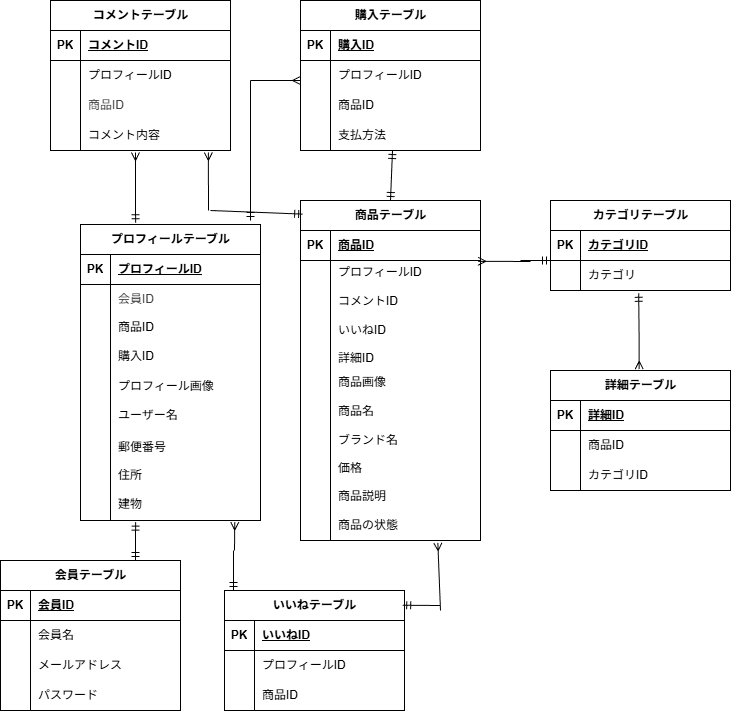
Before: market.drawio.png, a diagram exported from draw.io (mayu-ya/flea-market). Source tidied: cells renumbered, new cells last; positions are measured from the earlier drawing's top-left corner, leaving out a move shared by most shapes.
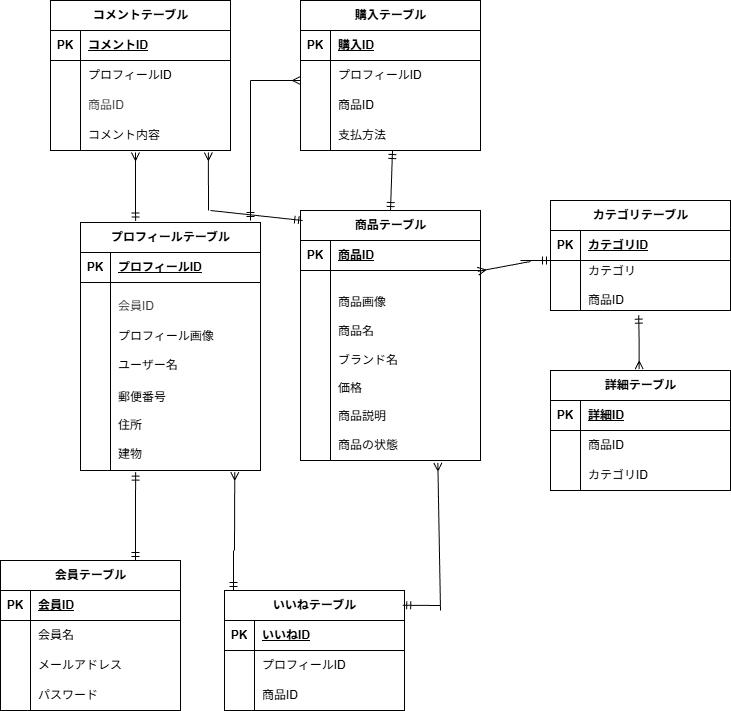
After the commit.

Diff of the diagram source:
```diff
@@ -120,7 +120,7 @@
       <mxGeometry x="30" width="150" height="30" as="geometry" />
     </mxCell>
     <mxCell id="41" value="カテゴリテーブル" style="shape=table;startSize=30;rowLines=0;fontStyle=1;align=center;html=1;" parent="1" vertex="1">
-      <mxGeometry x="550" y="200" width="180" height="90" as="geometry" />
+      <mxGeometry x="550" y="200" width="180" height="110" as="geometry" />
     </mxCell>
     <mxCell id="42" style="shape=tableRow;horizontal=0;startSize=0;swimlaneHead=0;swimlaneBody=0;fillColor=none;top=0;left=0;right=0;bottom=1;" parent="41" vertex="1">
       <mxGeometry y="30" width="180" height="30" as="geometry" />
@@ -132,13 +132,13 @@
       <mxGeometry x="30" width="150" height="30" as="geometry" />
     </mxCell>
     <mxCell id="45" style="shape=tableRow;horizontal=0;startSize=0;swimlaneHead=0;swimlaneBody=0;fillColor=none;points=[[0,0.5],[1,0.5]];portConstraint=eastwest;top=0;left=0;right=0;bottom=0;" parent="41" vertex="1">
-      <mxGeometry y="60" width="180" height="30" as="geometry" />
+      <mxGeometry y="60" width="180" height="50" as="geometry" />
     </mxCell>
     <mxCell id="46" style="shape=partialRectangle;fillColor=none;top=0;left=0;bottom=0;right=0;overflow=hidden;whiteSpace=wrap;html=1;" parent="45" vertex="1">
-      <mxGeometry width="30" height="30" as="geometry" />
+      <mxGeometry width="30" height="50" as="geometry" />
     </mxCell>
-    <mxCell id="47" value="カテゴリ" style="shape=partialRectangle;fillColor=none;top=0;left=0;bottom=0;right=0;align=left;spacingLeft=6;overflow=hidden;whiteSpace=wrap;html=1;" parent="45" vertex="1">
-      <mxGeometry x="30" width="150" height="30" as="geometry" />
+    <mxCell id="47" value="カテゴリ&lt;div&gt;&lt;br&gt;&lt;/div&gt;&lt;div&gt;商品ID&lt;/div&gt;" style="shape=partialRectangle;fillColor=none;top=0;left=0;bottom=0;right=0;align=left;spacingLeft=6;overflow=hidden;whiteSpace=wrap;html=1;" parent="45" vertex="1">
+      <mxGeometry x="30" width="150" height="50" as="geometry" />
     </mxCell>
     <mxCell id="48" value="いいねテーブル" style="shape=table;startSize=30;rowLines=0;fontStyle=1;align=center;html=1;" parent="1" vertex="1">
       <mxGeometry x="224" y="590" width="180" height="120" as="geometry" />
@@ -230,7 +230,7 @@
       <mxGeometry relative="1" as="geometry" />
     </mxCell>
     <mxCell id="74" value="商品テーブル" style="shape=table;startSize=30;rowLines=0;fontStyle=1;align=center;html=1;" parent="1" vertex="1">
-      <mxGeometry x="300" y="200" width="180" height="340" as="geometry" />
+      <mxGeometry x="300" y="210" width="180" height="250" as="geometry" />
     </mxCell>
     <mxCell id="75" style="shape=tableRow;horizontal=0;startSize=0;swimlaneHead=0;swimlaneBody=0;fillColor=none;points=[[0,0.5],[1,0.5]];portConstraint=eastwest;top=0;left=0;right=0;bottom=1;" parent="74" vertex="1">
       <mxGeometry y="30" width="180" height="30" as="geometry" />
@@ -242,16 +242,16 @@
       <mxGeometry x="30" width="150" height="30" as="geometry" />
     </mxCell>
     <mxCell id="78" style="shape=tableRow;horizontal=0;startSize=0;swimlaneHead=0;swimlaneBody=0;fillColor=none;top=0;left=0;right=0;bottom=0;" parent="74" vertex="1">
-      <mxGeometry y="60" width="180" height="110" as="geometry" />
+      <mxGeometry y="60" width="180" height="20" as="geometry" />
     </mxCell>
     <mxCell id="79" style="shape=partialRectangle;fillColor=none;top=0;left=0;bottom=0;right=0;overflow=hidden;whiteSpace=wrap;html=1;" parent="78" vertex="1">
-      <mxGeometry width="30" height="110" as="geometry" />
+      <mxGeometry width="30" height="20" as="geometry" />
     </mxCell>
-    <mxCell id="80" value="プロフィールID&lt;div&gt;&lt;br&gt;&lt;/div&gt;&lt;div&gt;コメントID&amp;nbsp;&lt;/div&gt;&lt;div&gt;&lt;br&gt;&lt;/div&gt;&lt;div&gt;いいねID&lt;/div&gt;&lt;div&gt;&lt;br&gt;&lt;/div&gt;&lt;div&gt;詳細ID&lt;/div&gt;" style="shape=partialRectangle;fillColor=none;top=0;left=0;bottom=0;right=0;align=left;spacingLeft=6;overflow=hidden;whiteSpace=wrap;html=1;" parent="78" vertex="1">
-      <mxGeometry x="30" width="150" height="110" as="geometry" />
+    <mxCell id="80" style="shape=partialRectangle;fillColor=none;top=0;left=0;bottom=0;right=0;align=left;spacingLeft=6;overflow=hidden;whiteSpace=wrap;html=1;" parent="78" vertex="1">
+      <mxGeometry x="30" width="150" height="20" as="geometry" />
     </mxCell>
     <mxCell id="81" style="shape=tableRow;horizontal=0;startSize=0;swimlaneHead=0;swimlaneBody=0;fillColor=none;top=0;left=0;right=0;bottom=0;" parent="74" vertex="1">
-      <mxGeometry y="170" width="180" height="110" as="geometry" />
+      <mxGeometry y="80" width="180" height="110" as="geometry" />
     </mxCell>
     <mxCell id="82" style="shape=partialRectangle;fillColor=none;top=0;left=0;bottom=0;right=0;overflow=hidden;whiteSpace=wrap;html=1;" parent="81" vertex="1">
       <mxGeometry width="30" height="110" as="geometry" />
@@ -260,7 +260,7 @@
       <mxGeometry x="30" width="150" height="110" as="geometry" />
     </mxCell>
     <mxCell id="84" style="shape=tableRow;horizontal=0;startSize=0;swimlaneHead=0;swimlaneBody=0;fillColor=none;points=[[0,0.5],[1,0.5]];portConstraint=eastwest;top=0;left=0;right=0;bottom=0;" parent="74" vertex="1">
-      <mxGeometry y="280" width="180" height="60" as="geometry" />
+      <mxGeometry y="190" width="180" height="60" as="geometry" />
     </mxCell>
     <mxCell id="85" style="shape=partialRectangle;fillColor=none;top=0;left=0;bottom=0;right=0;overflow=hidden;whiteSpace=wrap;html=1;" parent="84" vertex="1">
       <mxGeometry width="30" height="60" as="geometry" />
@@ -326,7 +326,7 @@
       </mxGeometry>
     </mxCell>
     <mxCell id="98" value="プロフィールテーブル" style="shape=table;startSize=30;rowLines=0;fontStyle=1;align=center;html=1;" parent="1" vertex="1">
-      <mxGeometry x="80" y="224" width="180" height="296" as="geometry" />
+      <mxGeometry x="80" y="222" width="180" height="248" as="geometry" />
     </mxCell>
     <mxCell id="99" style="shape=tableRow;horizontal=0;startSize=0;swimlaneHead=0;swimlaneBody=0;fillColor=none;top=0;left=0;right=0;bottom=1;" parent="98" vertex="1">
       <mxGeometry y="30" width="180" height="30" as="geometry" />
@@ -338,16 +338,16 @@
       <mxGeometry x="30" width="150" height="30" as="geometry" />
     </mxCell>
     <mxCell id="102" style="shape=tableRow;horizontal=0;startSize=0;swimlaneHead=0;swimlaneBody=0;fillColor=none;top=0;left=0;right=0;bottom=0;" parent="98" vertex="1">
-      <mxGeometry y="60" width="180" height="86" as="geometry" />
+      <mxGeometry y="60" width="180" height="38" as="geometry" />
     </mxCell>
     <mxCell id="103" style="shape=partialRectangle;fillColor=none;top=0;left=0;bottom=0;right=0;overflow=hidden;whiteSpace=wrap;html=1;" parent="102" vertex="1">
-      <mxGeometry width="30" height="86" as="geometry" />
+      <mxGeometry width="30" height="38" as="geometry" />
     </mxCell>
-    <mxCell id="104" value="&lt;div&gt;&lt;span style=&quot;color: rgb(63, 63, 63); background-color: transparent;&quot;&gt;会員ID&lt;/span&gt;&lt;/div&gt;&lt;div&gt;&lt;br&gt;&lt;/div&gt;商品ID&lt;div&gt;&lt;br&gt;&lt;/div&gt;&lt;div&gt;購入ID&lt;/div&gt;" style="shape=partialRectangle;fillColor=none;top=0;left=0;bottom=0;right=0;align=left;spacingLeft=6;overflow=hidden;whiteSpace=wrap;html=1;" parent="102" vertex="1">
-      <mxGeometry x="30" width="150" height="86" as="geometry" />
+    <mxCell id="104" value="&lt;div&gt;&lt;span style=&quot;color: rgb(63, 63, 63); background-color: transparent;&quot;&gt;&lt;br&gt;&lt;/span&gt;&lt;/div&gt;&lt;div&gt;&lt;span style=&quot;color: rgb(63, 63, 63); background-color: transparent;&quot;&gt;会員ID&lt;/span&gt;&lt;/div&gt;&lt;div&gt;&lt;br&gt;&lt;/div&gt;" style="shape=partialRectangle;fillColor=none;top=0;left=0;bottom=0;right=0;align=left;spacingLeft=6;overflow=hidden;whiteSpace=wrap;html=1;" parent="102" vertex="1">
+      <mxGeometry x="30" width="150" height="38" as="geometry" />
     </mxCell>
     <mxCell id="105" style="shape=tableRow;horizontal=0;startSize=0;swimlaneHead=0;swimlaneBody=0;fillColor=none;top=0;left=0;right=0;bottom=0;" parent="98" vertex="1">
-      <mxGeometry y="146" width="180" height="60" as="geometry" />
+      <mxGeometry y="98" width="180" height="60" as="geometry" />
     </mxCell>
     <mxCell id="106" style="shape=partialRectangle;fillColor=none;top=0;left=0;bottom=0;right=0;overflow=hidden;whiteSpace=wrap;html=1;" parent="105" vertex="1">
       <mxGeometry width="30" height="60" as="geometry" />
@@ -356,7 +356,7 @@
       <mxGeometry x="30" width="150" height="60" as="geometry" />
     </mxCell>
     <mxCell id="108" style="shape=tableRow;horizontal=0;startSize=0;swimlaneHead=0;swimlaneBody=0;fillColor=none;points=[[0,0.5],[1,0.5]];portConstraint=eastwest;top=0;left=0;right=0;bottom=0;" parent="98" vertex="1">
-      <mxGeometry y="206" width="180" height="90" as="geometry" />
+      <mxGeometry y="158" width="180" height="90" as="geometry" />
     </mxCell>
     <mxCell id="109" style="shape=partialRectangle;fillColor=none;top=0;left=0;bottom=0;right=0;overflow=hidden;whiteSpace=wrap;html=1;" parent="108" vertex="1">
       <mxGeometry width="30" height="90" as="geometry" />
```
